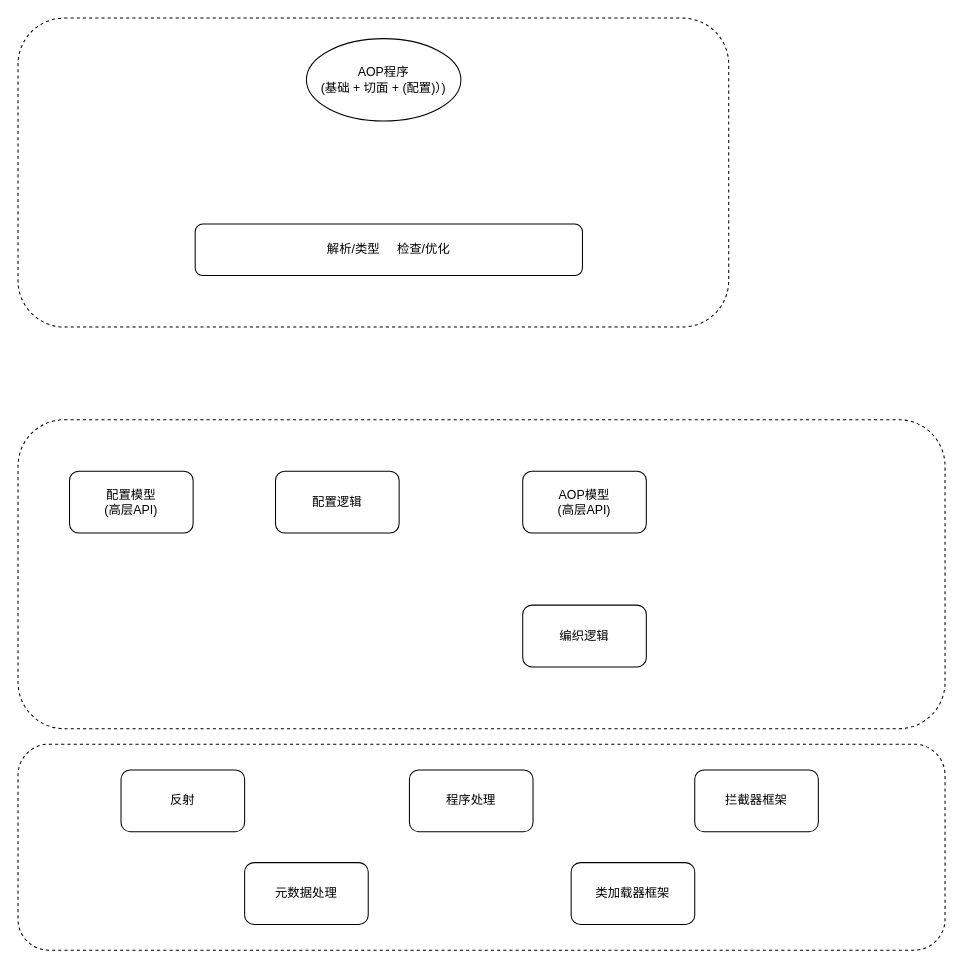
Above: menus/zujianmoxing.drawio in Asamiyaa/microservice-k8s-yun (draw.io), before the change. Source tidied: cells renumbered, new cells numbered last; positions are measured from the earlier drawing's top-left corner, leaving out a move shared by most shapes. Both pictures are drawn from the tidied source at 103%, with x=0, y=0 at pixel (18, 18).
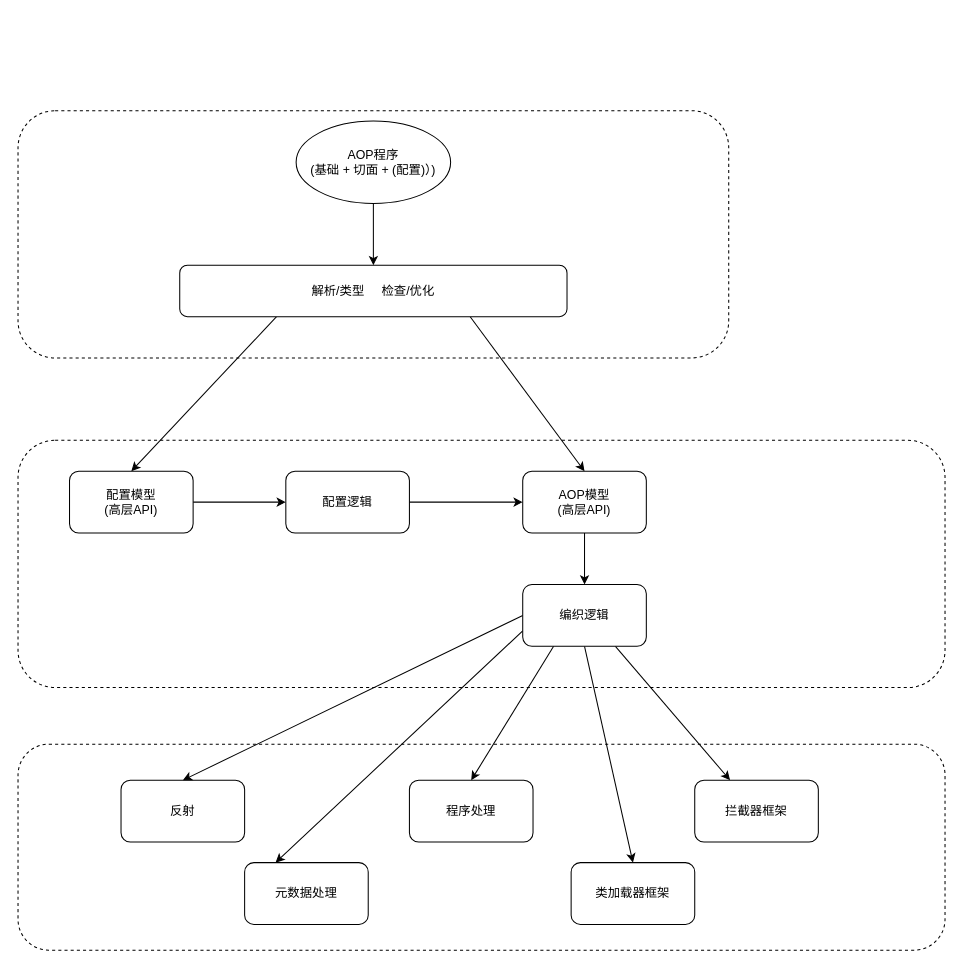
Above is the later version.

Unchanged cells that the change refers to:
```xml
<mxCell id="6" value="元数据处理" style="rounded=1;whiteSpace=wrap;html=1;" parent="1" vertex="1">
  <mxGeometry x="220" y="820" width="120" height="60" as="geometry" />
</mxCell>
<mxCell id="9" value="类加载器框架" style="rounded=1;whiteSpace=wrap;html=1;" parent="1" vertex="1">
  <mxGeometry x="537" y="820" width="120" height="60" as="geometry" />
</mxCell>
<mxCell id="11" value="AOP模型&lt;br&gt;(高层API)" style="rounded=1;whiteSpace=wrap;html=1;" parent="1" vertex="1">
  <mxGeometry x="490" y="440" width="120" height="60" as="geometry" />
</mxCell>
<mxCell id="13" value="配置模型&lt;br&gt;(高层API)" style="rounded=1;whiteSpace=wrap;html=1;" parent="1" vertex="1">
  <mxGeometry x="50" y="440" width="120" height="60" as="geometry" />
</mxCell>
```

Change to the diagram source:
```diff
@@
     <mxCell id="2" style="rounded=1;whiteSpace=wrap;html=1;dashed=1;" parent="1" vertex="1">
-      <mxGeometry width="690" height="300" as="geometry" />
+      <mxGeometry y="90" width="690" height="240" as="geometry" />
     </mxCell>
     <mxCell id="3" style="rounded=1;whiteSpace=wrap;html=1;dashed=1;" parent="1" vertex="1">
-      <mxGeometry y="390" width="900" height="300" as="geometry" />
+      <mxGeometry y="410" width="900" height="240" as="geometry" />
     </mxCell>
@@
     <mxCell id="5" value="反射" style="rounded=1;whiteSpace=wrap;html=1;" parent="1" vertex="1">
-      <mxGeometry x="100" y="730" width="120" height="60" as="geometry" />
+      <mxGeometry x="100" y="740" width="120" height="60" as="geometry" />
     </mxCell>
@@
     <mxCell id="7" value="程序处理" style="rounded=1;whiteSpace=wrap;html=1;" parent="1" vertex="1">
-      <mxGeometry x="380" y="730" width="120" height="60" as="geometry" />
+      <mxGeometry x="380" y="740" width="120" height="60" as="geometry" />
     </mxCell>
     <mxCell id="8" value="拦截器框架" style="rounded=1;whiteSpace=wrap;html=1;" parent="1" vertex="1">
-      <mxGeometry x="657" y="730" width="120" height="60" as="geometry" />
+      <mxGeometry x="657" y="740" width="120" height="60" as="geometry" />
     </mxCell>
@@
+    <mxCell id="16" style="edgeStyle=none;rounded=0;jettySize=auto;html=1;exitX=0;exitY=0.5;exitDx=0;exitDy=0;entryX=0.5;entryY=0;entryDx=0;entryDy=0;" parent="1" edge="1" source="10" target="5">
+      <mxGeometry relative="1" as="geometry" />
+    </mxCell>
+    <mxCell id="17" style="edgeStyle=none;rounded=0;jettySize=auto;html=1;exitX=0;exitY=0.75;exitDx=0;exitDy=0;entryX=0.25;entryY=0;entryDx=0;entryDy=0;" parent="1" edge="1" source="10" target="6">
+      <mxGeometry relative="1" as="geometry" />
+    </mxCell>
+    <mxCell id="18" style="edgeStyle=none;rounded=0;jettySize=auto;html=1;exitX=0.25;exitY=1;exitDx=0;exitDy=0;entryX=0.5;entryY=0;entryDx=0;entryDy=0;" parent="1" edge="1" source="10" target="7">
+      <mxGeometry relative="1" as="geometry" />
+    </mxCell>
+    <mxCell id="19" style="edgeStyle=none;rounded=0;jettySize=auto;html=1;exitX=0.5;exitY=1;exitDx=0;exitDy=0;entryX=0.5;entryY=0;entryDx=0;entryDy=0;" parent="1" edge="1" source="10" target="9">
+      <mxGeometry relative="1" as="geometry" />
+    </mxCell>
+    <mxCell id="20" style="edgeStyle=none;rounded=0;jettySize=auto;html=1;exitX=0.75;exitY=1;exitDx=0;exitDy=0;" parent="1" edge="1" source="10" target="8">
+      <mxGeometry relative="1" as="geometry" />
+    </mxCell>
     <mxCell id="10" value="编织逻辑" style="rounded=1;whiteSpace=wrap;html=1;" parent="1" vertex="1">
-      <mxGeometry x="490" y="570" width="120" height="60" as="geometry" />
+      <mxGeometry x="490" y="550" width="120" height="60" as="geometry" />
     </mxCell>
+    <mxCell id="21" style="edgeStyle=none;rounded=0;jettySize=auto;html=1;exitX=0.5;exitY=1;exitDx=0;exitDy=0;" parent="1" edge="1" source="11" target="10">
+      <mxGeometry relative="1" as="geometry" />
+    </mxCell>
@@
+    <mxCell id="22" style="edgeStyle=none;rounded=0;jettySize=auto;html=1;exitX=1;exitY=0.5;exitDx=0;exitDy=0;" parent="1" edge="1" source="12" target="11">
+      <mxGeometry relative="1" as="geometry" />
+    </mxCell>
     <mxCell id="12" value="配置逻辑" style="rounded=1;whiteSpace=wrap;html=1;" parent="1" vertex="1">
-      <mxGeometry x="250" y="440" width="120" height="60" as="geometry" />
+      <mxGeometry x="260" y="440" width="120" height="60" as="geometry" />
     </mxCell>
+    <mxCell id="23" style="edgeStyle=none;rounded=0;jettySize=auto;html=1;exitX=1;exitY=0.5;exitDx=0;exitDy=0;" parent="1" edge="1" source="13" target="12">
+      <mxGeometry relative="1" as="geometry" />
+    </mxCell>
@@
+    <mxCell id="24" style="edgeStyle=none;rounded=0;jettySize=auto;html=1;exitX=0.25;exitY=1;exitDx=0;exitDy=0;entryX=0.5;entryY=0;entryDx=0;entryDy=0;" parent="1" edge="1" source="14" target="13">
+      <mxGeometry relative="1" as="geometry" />
+    </mxCell>
+    <mxCell id="25" style="edgeStyle=none;rounded=0;jettySize=auto;html=1;exitX=0.75;exitY=1;exitDx=0;exitDy=0;entryX=0.5;entryY=0;entryDx=0;entryDy=0;" parent="1" edge="1" source="14" target="11">
+      <mxGeometry relative="1" as="geometry" />
+    </mxCell>
     <mxCell id="14" value="解析/类型&amp;nbsp; &amp;nbsp; &amp;nbsp;检查/优化" style="rounded=1;whiteSpace=wrap;html=1;" parent="1" vertex="1">
-      <mxGeometry x="172" y="200" width="376" height="50" as="geometry" />
+      <mxGeometry x="157" y="240" width="376" height="50" as="geometry" />
     </mxCell>
+    <mxCell id="26" style="edgeStyle=orthogonalEdgeStyle;rounded=0;jettySize=auto;html=1;exitX=0.5;exitY=1;exitDx=0;exitDy=0;" parent="1" edge="1" source="15" target="14">
+      <mxGeometry relative="1" as="geometry" />
+    </mxCell>
     <mxCell id="15" value="AOP程序&lt;br&gt;(基础 + 切面 + (配置)）)" style="ellipse;whiteSpace=wrap;html=1;" parent="1" vertex="1">
-      <mxGeometry x="280" y="20" width="150" height="80" as="geometry" />
+      <mxGeometry x="270" y="100" width="150" height="80" as="geometry" />
     </mxCell>
```
